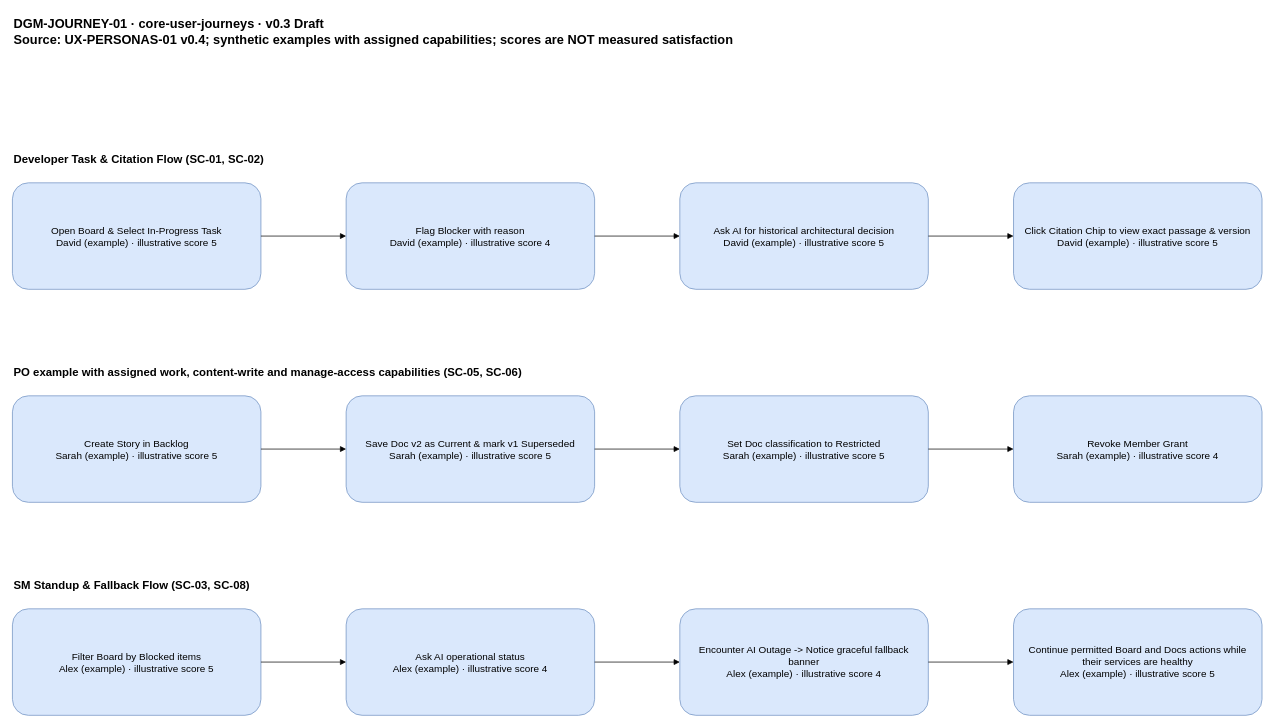
This is docs/sdlc/diagrams/user-journey/core-user-journeys.drawio from 900M100CK/scrum-workspace-KMS-ai, a draw.io file, before an edit. Source tidied: cells renumbered, new cells numbered last; positions are measured from the earlier drawing's top-left corner, leaving out a move shared by most shapes. Both pictures are drawn from the tidied source at 71%, with x=0, y=0 at pixel (12, 12).
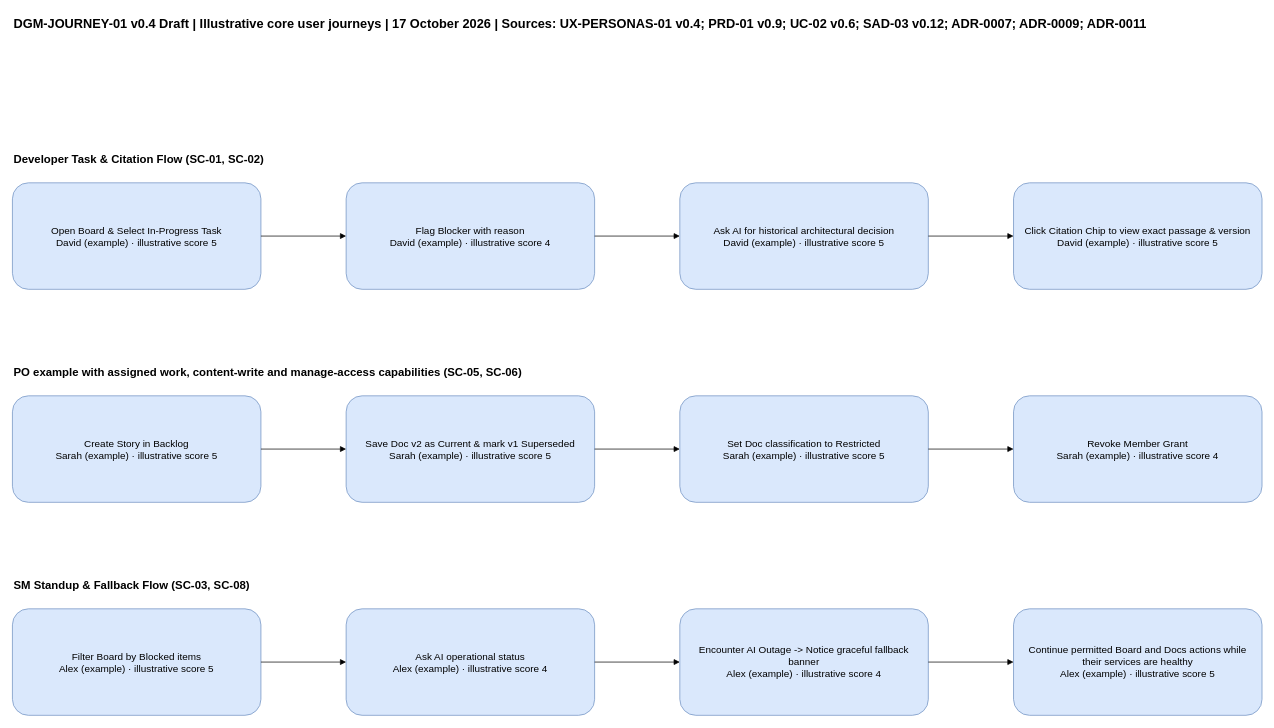
Above is the later version.

Change to the diagram source:
```diff
@@
-    <mxCell id="2" value="DGM-JOURNEY-01 · core-user-journeys · v0.3 Draft&#10;Source: UX-PERSONAS-01 v0.4; synthetic examples with assigned capabilities; scores are NOT measured satisfaction" style="text;html=1;whiteSpace=wrap;fontSize=18;fontStyle=1;align=left;" parent="1" vertex="1">
+    <mxCell id="2" value="DGM-JOURNEY-01 v0.4 Draft | Illustrative core user journeys | 17 October 2026 | Sources: UX-PERSONAS-01 v0.4; PRD-01 v0.9; UC-02 v0.6; SAD-03 v0.12; ADR-0007; ADR-0009; ADR-0011" style="text;html=1;whiteSpace=wrap;fontSize=18;fontStyle=1;align=left;" parent="1" vertex="1">
       <mxGeometry width="1760" height="100" as="geometry" />
     </mxCell>
```
